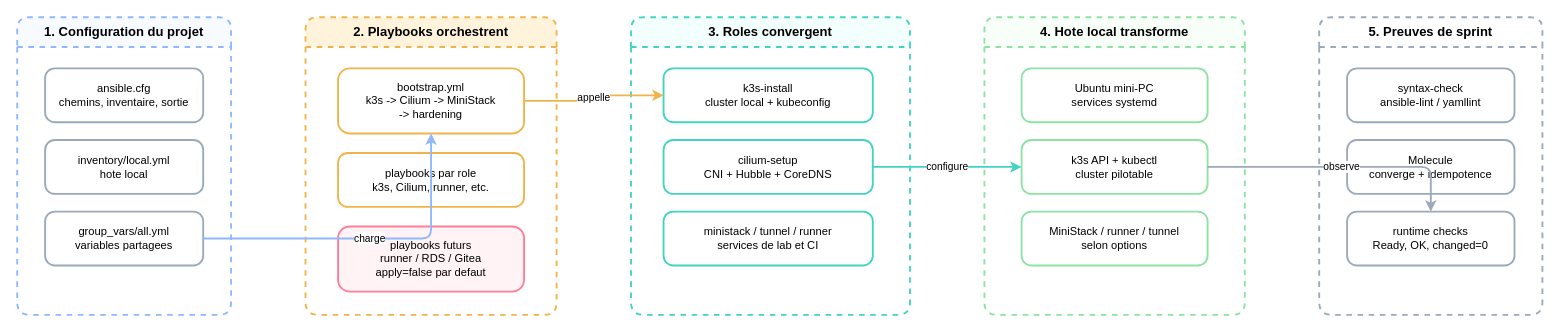
This is docs/diagrams/concepts-s0-ansible-execution.drawio from ClementV78/shop-demo, a draw.io file, before an edit. Source tidied: cells renumbered, new cells numbered last; positions are measured from the earlier drawing's top-left corner, leaving out a move shared by most shapes. Both pictures are drawn from the tidied source at 93%, with x=0, y=0 at pixel (17, 17).
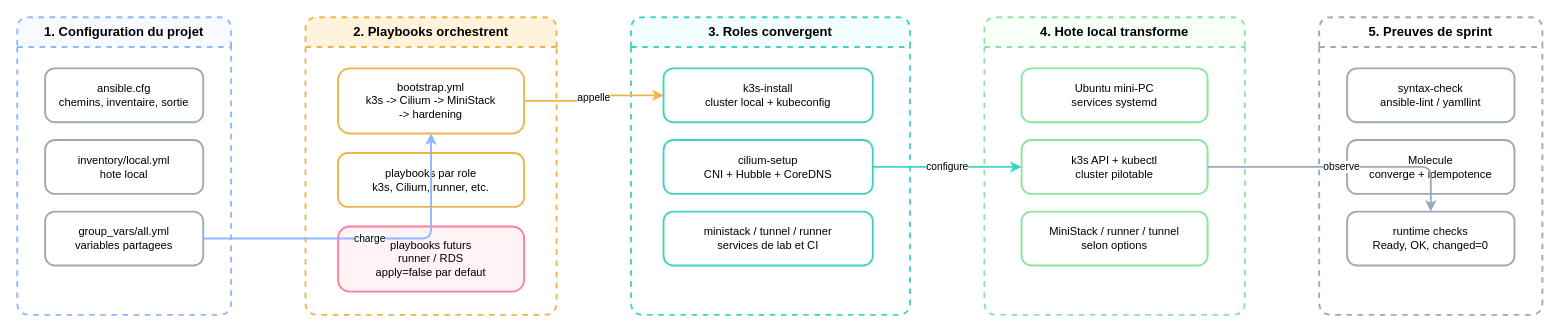
Above is the later version.

Unchanged cells that the change refers to:
```xml
<mxCell id="6" value="2. Playbooks orchestrent" style="swimlane;startSize=32;rounded=1;arcSize=14;dashed=1;whiteSpace=wrap;html=1;fontFamily=Helvetica;fontSize=14;fontStyle=1;fillColor=#fff4db;strokeColor=#f0b44c;strokeWidth=2;" parent="1" vertex="1">
  <mxGeometry x="310" width="270" height="320" as="geometry" />
</mxCell>
```

What changed in the source:
```diff
@@
-    <mxCell id="9" value="playbooks futurs&#10;runner / RDS / Gitea&#10;apply=false par defaut" style="rounded=1;arcSize=18;whiteSpace=wrap;html=1;fontFamily=Helvetica;fontSize=12;fillColor=#fff3f5;strokeColor=#ff7e98;strokeWidth=2;" parent="6" vertex="1">
+    <mxCell id="9" value="playbooks futurs&#10;runner / RDS&#10;apply=false par defaut" style="rounded=1;arcSize=18;whiteSpace=wrap;html=1;fontFamily=Helvetica;fontSize=12;fillColor=#fff3f5;strokeColor=#ff7e98;strokeWidth=2;" parent="6" vertex="1">
       <mxGeometry x="35" y="225" width="200" height="70" as="geometry" />
     </mxCell>
```
